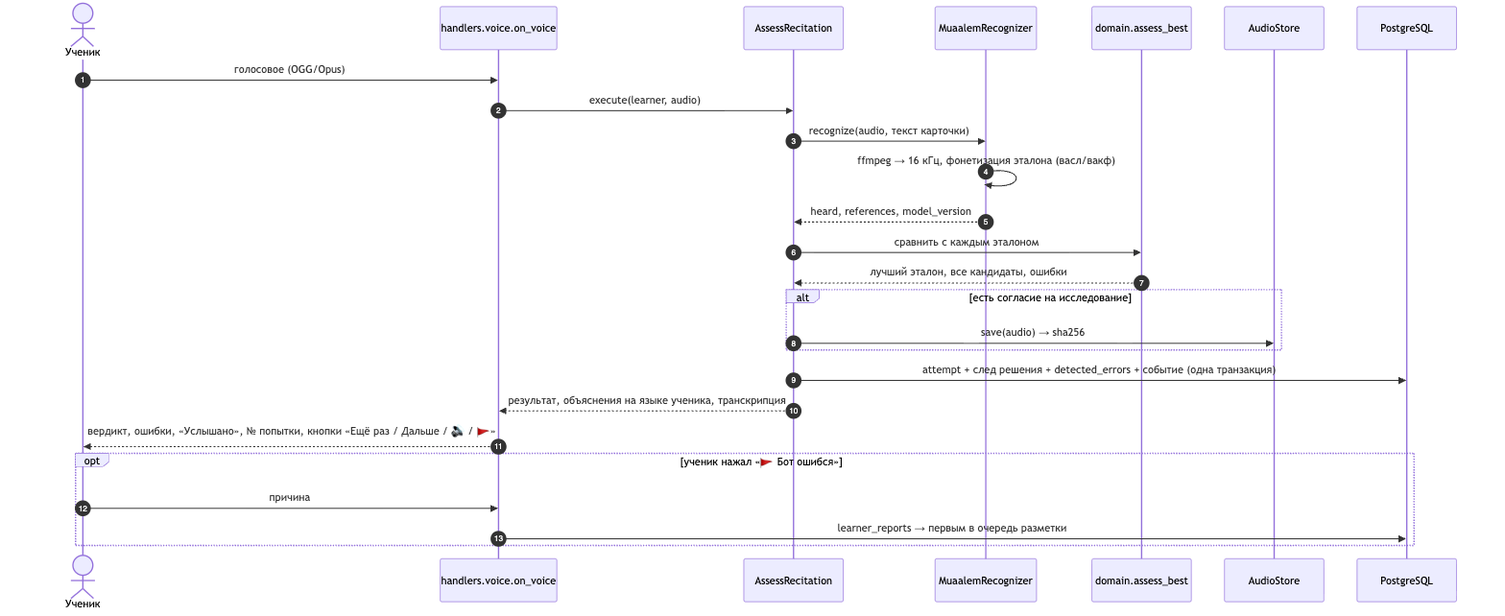
Before: docs/architecture/diagrams/03-voice-sequence.png, a diagram exported from Mermaid (abdra04-gif/muallim). Its source is kept beside it as docs/architecture/diagrams/03-voice-sequence.mmd.
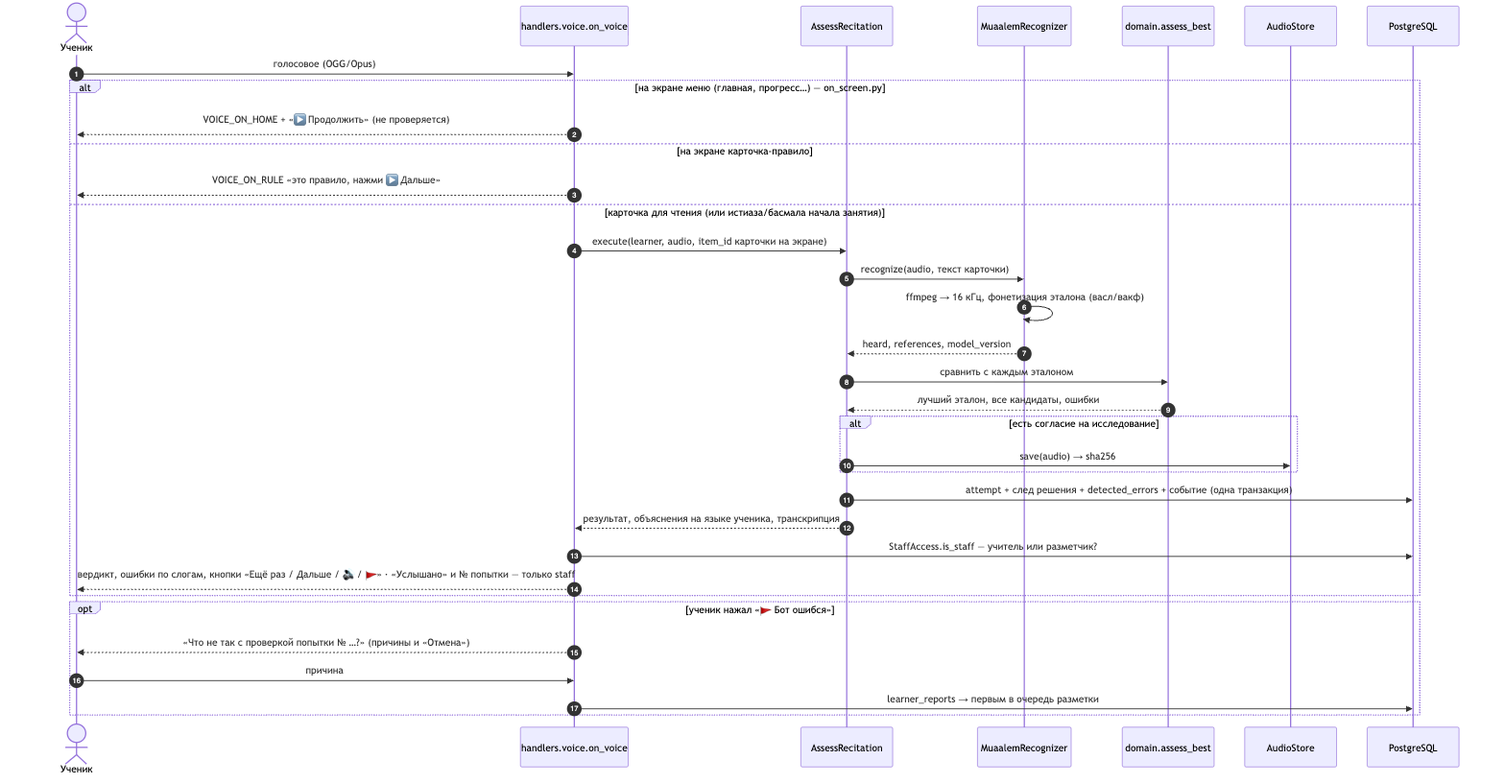
Later version of the same file.

What changed in the source:
```diff
@@ -9,7 +9,12 @@
     participant DB as PostgreSQL
 
     L->>H: голосовое (OGG/Opus)
-    H->>UC: execute(learner, audio)
+    alt на экране меню (главная, прогресс…) — on_screen.py
+        H-->>L: VOICE_ON_HOME + «▶️ Продолжить» (не проверяется)
+    else на экране карточка-правило
+        H-->>L: VOICE_ON_RULE «это правило, нажми ▶️ Дальше»
+    else карточка для чтения (или истиаза/басмала начала занятия)
+    H->>UC: execute(learner, audio, item_id карточки на экране)
     UC->>R: recognize(audio, текст карточки)
     R->>R: ffmpeg → 16 кГц, фонетизация эталона (васл/вакф)
     R-->>UC: heard, references, model_version
@@ -20,8 +25,11 @@
     end
     UC->>DB: attempt + след решения + detected_errors + событие (одна транзакция)
     UC-->>H: результат, объяснения на языке ученика, транскрипция
-    H-->>L: вердикт, ошибки, «Услышано», № попытки, кнопки «Ещё раз / Дальше / 🔊 / 🚩»
+    H->>DB: StaffAccess.is_staff — учитель или разметчик?
+    H-->>L: вердикт, ошибки по слогам, кнопки «Ещё раз / Дальше / 🔊 / 🚩» · «Услышано» и № попытки — только staff
+    end
     opt ученик нажал «🚩 Бот ошибся»
+        H-->>L: «Что не так с проверкой попытки № …?» (причины и «Отмена»)
         L->>H: причина
         H->>DB: learner_reports → первым в очередь разметки
     end
```
